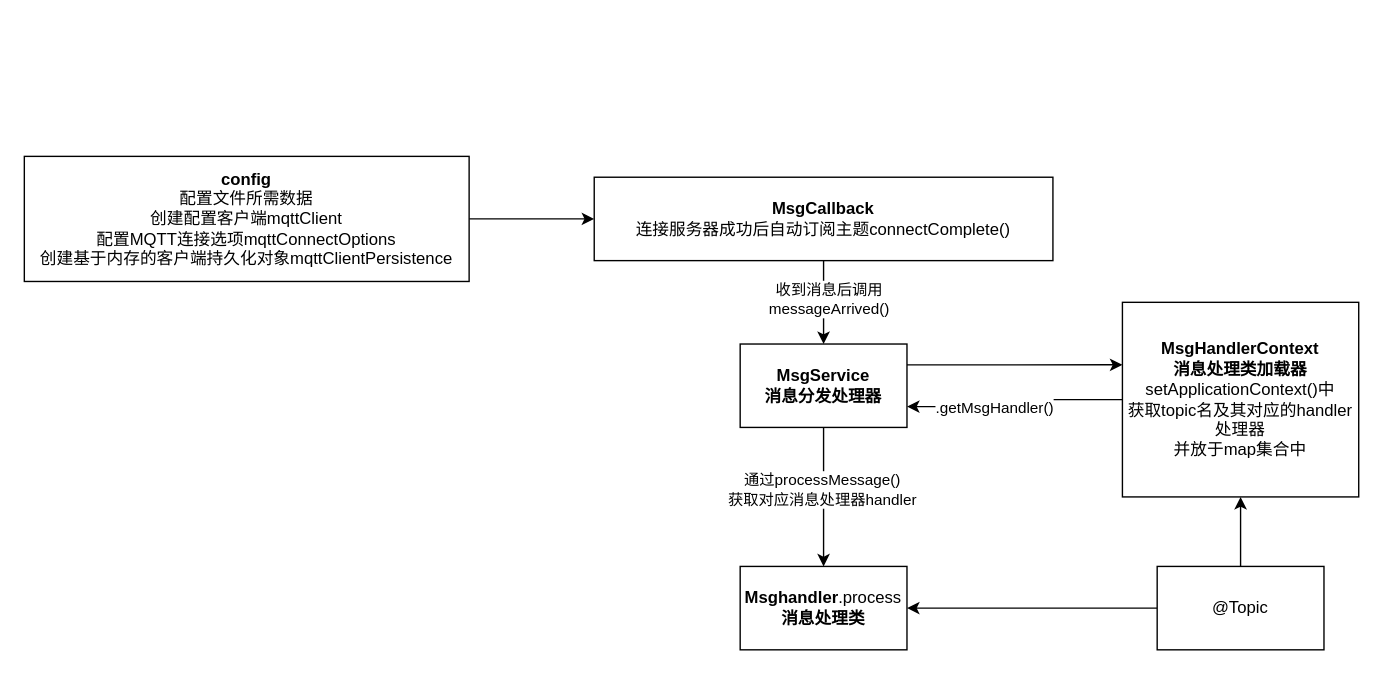
Before: emq.drawio in LXZ-lab/drawio, a draw.io diagram. Source tidied: cells renumbered, new cells numbered last; positions are measured from the earlier drawing's top-left corner, leaving out a move shared by most shapes. Both pictures are drawn from the tidied source at 139%, with x=0, y=0 at pixel (24, 156).
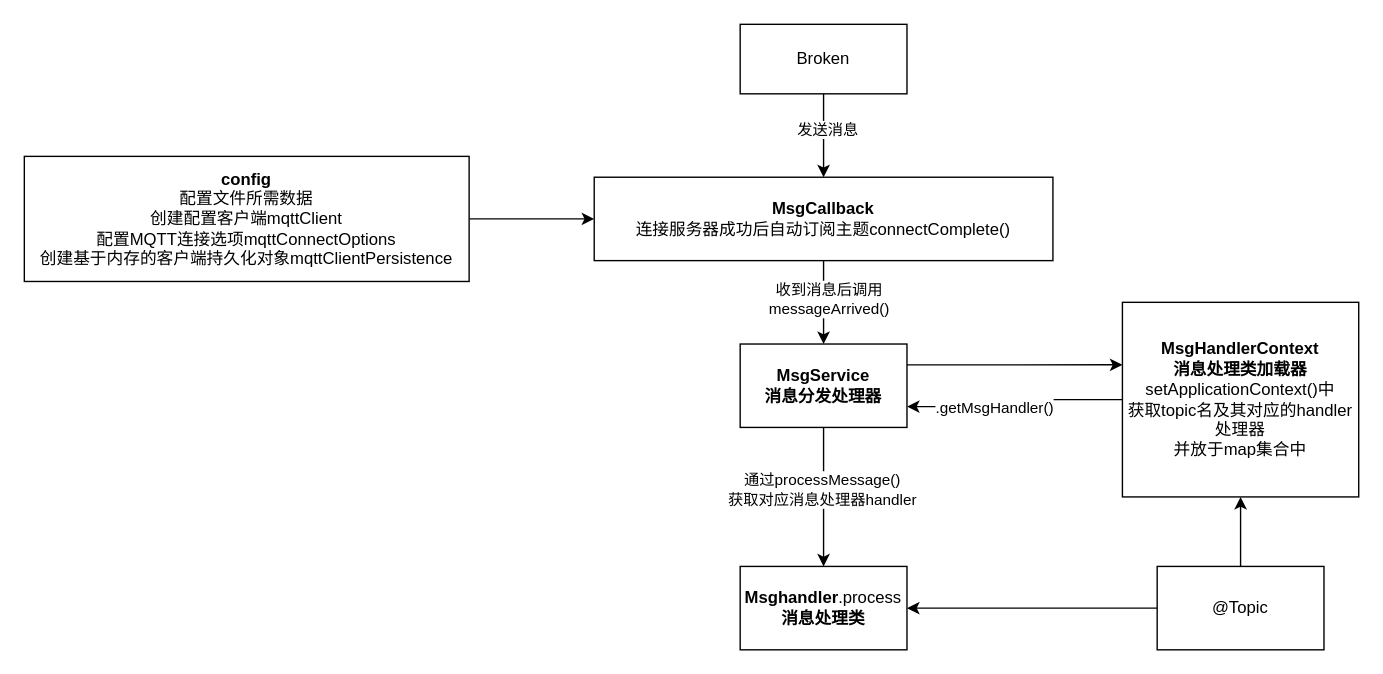
Above is the later version.

The change refers to these unchanged cells:
```xml
<mxCell id="4" value="&lt;b&gt;MsgCallback&lt;/b&gt;&lt;div&gt;&lt;div&gt;连接服务器成功后自动订阅主题connectComplete()&lt;/div&gt;&lt;/div&gt;" style="rounded=0;whiteSpace=wrap;html=1;" parent="1" vertex="1">
  <mxGeometry x="410" y="15" width="330" height="60" as="geometry" />
</mxCell>
```

What changed in the source:
```diff
@@
+    <mxCell id="18" style="edgeStyle=orthogonalEdgeStyle;rounded=0;jettySize=auto;html=1;entryX=0.5;entryY=0;entryDx=0;entryDy=0;" parent="1" edge="1" source="20" target="4">
+      <mxGeometry relative="1" as="geometry" />
+    </mxCell>
+    <mxCell id="19" value="发送消息" style="edgeLabel;html=1;align=center;verticalAlign=middle;" parent="18" vertex="1">
+      <mxGeometry x="-0.18" y="2" relative="1" as="geometry" />
+    </mxCell>
+    <mxCell id="20" value="Broken" style="rounded=0;whiteSpace=wrap;html=1;" parent="1" vertex="1">
+      <mxGeometry x="515" y="-95" width="120" height="50" as="geometry" />
+    </mxCell>
```
